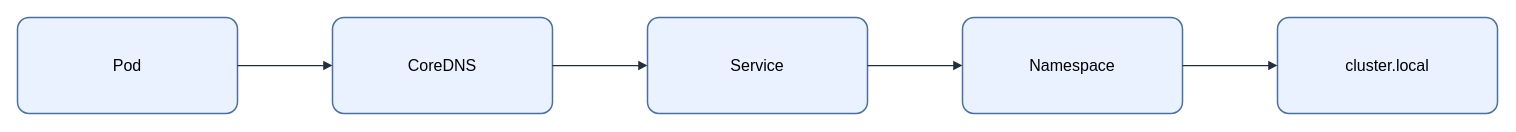
Above: assets/img/kubernetes/kubernetes-fqdn-resolution.drawio in KKamJi98/kkamji98.github.io (draw.io), before the change. Source tidied: cells renumbered, new cells numbered last; positions are measured from the earlier drawing's top-left corner, leaving out a move shared by most shapes. Both pictures are drawn from the tidied source at 100%, with x=0, y=0 at pixel (17, 17).
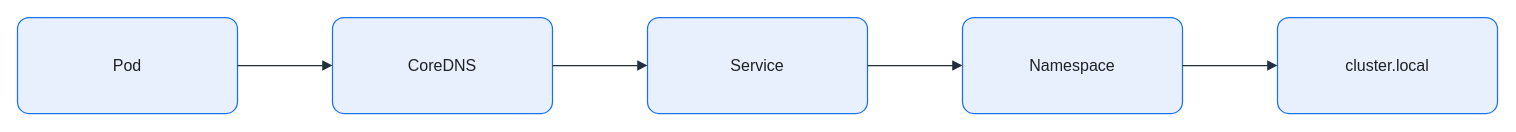
The same diagram, later.

Change to the diagram source:
```diff
@@
 <mxGraphModel background="#FFFFFF">
   <root>
     <mxCell id="0" />
     <mxCell id="1" parent="0" />
-    <mxCell id="2" value="Pod" style="rounded=1;arcSize=12;whiteSpace=wrap;html=0;fillColor=#EAF2FF;strokeColor=#4A6FA5;strokeWidth=1.5;fontColor=#000000;fontSize=16;align=center;verticalAlign=middle;spacing=8;shadow=0;" parent="1" vertex="1">
+    <mxCell id="2" value="Pod" style="rounded=1;arcSize=12;whiteSpace=wrap;html=0;fillColor=#E8F0FE;strokeColor=#1A73E8;strokeWidth=1.25;fontColor=#202124;fontSize=16;align=center;verticalAlign=middle;spacing=8;shadow=0;" parent="1" vertex="1">
       <mxGeometry width="220" height="96" as="geometry" />
     </mxCell>
-    <mxCell id="3" value="CoreDNS" style="rounded=1;arcSize=12;whiteSpace=wrap;html=0;fillColor=#EAF2FF;strokeColor=#4A6FA5;strokeWidth=1.5;fontColor=#000000;fontSize=16;align=center;verticalAlign=middle;spacing=8;shadow=0;" parent="1" vertex="1">
+    <mxCell id="3" value="CoreDNS" style="rounded=1;arcSize=12;whiteSpace=wrap;html=0;fillColor=#E8F0FE;strokeColor=#1A73E8;strokeWidth=1.25;fontColor=#202124;fontSize=16;align=center;verticalAlign=middle;spacing=8;shadow=0;" parent="1" vertex="1">
       <mxGeometry x="315" width="220" height="96" as="geometry" />
     </mxCell>
-    <mxCell id="4" value="Service" style="rounded=1;arcSize=12;whiteSpace=wrap;html=0;fillColor=#EAF2FF;strokeColor=#4A6FA5;strokeWidth=1.5;fontColor=#000000;fontSize=16;align=center;verticalAlign=middle;spacing=8;shadow=0;" parent="1" vertex="1">
+    <mxCell id="4" value="Service" style="rounded=1;arcSize=12;whiteSpace=wrap;html=0;fillColor=#E8F0FE;strokeColor=#1A73E8;strokeWidth=1.25;fontColor=#202124;fontSize=16;align=center;verticalAlign=middle;spacing=8;shadow=0;" parent="1" vertex="1">
       <mxGeometry x="630" width="220" height="96" as="geometry" />
     </mxCell>
-    <mxCell id="5" value="Namespace" style="rounded=1;arcSize=12;whiteSpace=wrap;html=0;fillColor=#EAF2FF;strokeColor=#4A6FA5;strokeWidth=1.5;fontColor=#000000;fontSize=16;align=center;verticalAlign=middle;spacing=8;shadow=0;" parent="1" vertex="1">
+    <mxCell id="5" value="Namespace" style="rounded=1;arcSize=12;whiteSpace=wrap;html=0;fillColor=#E8F0FE;strokeColor=#1A73E8;strokeWidth=1.25;fontColor=#202124;fontSize=16;align=center;verticalAlign=middle;spacing=8;shadow=0;" parent="1" vertex="1">
       <mxGeometry x="945" width="220" height="96" as="geometry" />
     </mxCell>
-    <mxCell id="6" value="cluster.local" style="rounded=1;arcSize=12;whiteSpace=wrap;html=0;fillColor=#EAF2FF;strokeColor=#4A6FA5;strokeWidth=1.5;fontColor=#000000;fontSize=16;align=center;verticalAlign=middle;spacing=8;shadow=0;" parent="1" vertex="1">
+    <mxCell id="6" value="cluster.local" style="rounded=1;arcSize=12;whiteSpace=wrap;html=0;fillColor=#E8F0FE;strokeColor=#1A73E8;strokeWidth=1.25;fontColor=#202124;fontSize=16;align=center;verticalAlign=middle;spacing=8;shadow=0;" parent="1" vertex="1">
       <mxGeometry x="1260" width="220" height="96" as="geometry" />
     </mxCell>
-    <mxCell id="7" style="edgeStyle=orthogonalEdgeStyle;rounded=0;jettySize=auto;html=0;endArrow=block;endFill=1;strokeColor=#232F3E;strokeWidth=1.25;fontColor=#000000;labelBackgroundColor=none;exitX=1;exitY=0.5;exitDx=0;exitDy=0;entryX=0;entryY=0.5;entryDx=0;entryDy=0;" parent="1" edge="1" source="2" target="3">
+    <mxCell id="7" style="edgeStyle=orthogonalEdgeStyle;rounded=0;jettySize=auto;html=0;endArrow=block;endFill=1;strokeColor=#232F3E;strokeWidth=1.25;fontColor=#202124;labelBackgroundColor=none;exitX=1;exitY=0.5;exitDx=0;exitDy=0;entryX=0;entryY=0.5;entryDx=0;entryDy=0;endSize=7;" parent="1" edge="1" source="2" target="3">
       <mxGeometry relative="1" as="geometry" />
     </mxCell>
-    <mxCell id="8" style="edgeStyle=orthogonalEdgeStyle;rounded=0;jettySize=auto;html=0;endArrow=block;endFill=1;strokeColor=#232F3E;strokeWidth=1.25;fontColor=#000000;labelBackgroundColor=none;exitX=1;exitY=0.5;exitDx=0;exitDy=0;entryX=0;entryY=0.5;entryDx=0;entryDy=0;" parent="1" edge="1" source="3" target="4">
+    <mxCell id="8" style="edgeStyle=orthogonalEdgeStyle;rounded=0;jettySize=auto;html=0;endArrow=block;endFill=1;strokeColor=#232F3E;strokeWidth=1.25;fontColor=#202124;labelBackgroundColor=none;exitX=1;exitY=0.5;exitDx=0;exitDy=0;entryX=0;entryY=0.5;entryDx=0;entryDy=0;endSize=7;" parent="1" edge="1" source="3" target="4">
       <mxGeometry relative="1" as="geometry" />
     </mxCell>
-    <mxCell id="9" style="edgeStyle=orthogonalEdgeStyle;rounded=0;jettySize=auto;html=0;endArrow=block;endFill=1;strokeColor=#232F3E;strokeWidth=1.25;fontColor=#000000;labelBackgroundColor=none;exitX=1;exitY=0.5;exitDx=0;exitDy=0;entryX=0;entryY=0.5;entryDx=0;entryDy=0;" parent="1" edge="1" source="4" target="5">
+    <mxCell id="9" style="edgeStyle=orthogonalEdgeStyle;rounded=0;jettySize=auto;html=0;endArrow=block;endFill=1;strokeColor=#232F3E;strokeWidth=1.25;fontColor=#202124;labelBackgroundColor=none;exitX=1;exitY=0.5;exitDx=0;exitDy=0;entryX=0;entryY=0.5;entryDx=0;entryDy=0;endSize=7;" parent="1" edge="1" source="4" target="5">
       <mxGeometry relative="1" as="geometry" />
     </mxCell>
-    <mxCell id="10" style="edgeStyle=orthogonalEdgeStyle;rounded=0;jettySize=auto;html=0;endArrow=block;endFill=1;strokeColor=#232F3E;strokeWidth=1.25;fontColor=#000000;labelBackgroundColor=none;exitX=1;exitY=0.5;exitDx=0;exitDy=0;entryX=0;entryY=0.5;entryDx=0;entryDy=0;" parent="1" edge="1" source="5" target="6">
+    <mxCell id="10" style="edgeStyle=orthogonalEdgeStyle;rounded=0;jettySize=auto;html=0;endArrow=block;endFill=1;strokeColor=#232F3E;strokeWidth=1.25;fontColor=#202124;labelBackgroundColor=none;exitX=1;exitY=0.5;exitDx=0;exitDy=0;entryX=0;entryY=0.5;entryDx=0;entryDy=0;endSize=7;" parent="1" edge="1" source="5" target="6">
       <mxGeometry relative="1" as="geometry" />
     </mxCell>
   </root>
 </mxGraphModel>
```
